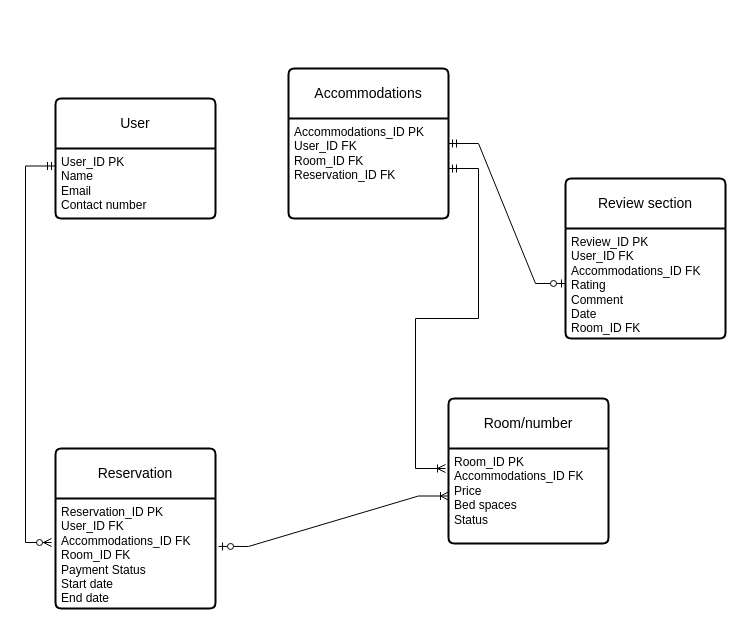
The draw.io diagram Crow`sFoot.drawio in M1RVKL/MavpoLabs, before the edit. Source tidied: cells renumbered, new cells numbered last; positions are measured from the earlier drawing's top-left corner, leaving out a move shared by most shapes. Both pictures are drawn from the tidied source at 100%, with x=0, y=0 at pixel (25, 68).
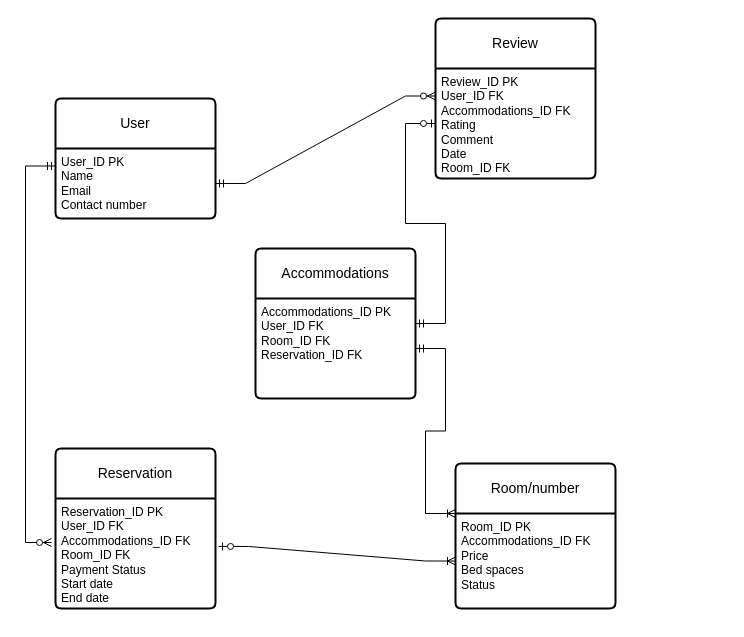
The same diagram, later.

What changed in the source:
```diff
@@
 <mxGraphModel>
   <root>
     <mxCell id="0" />
     <mxCell id="1" parent="0" />
     <mxCell id="2" value="Room/number" style="swimlane;horizontal=1;startSize=50;rounded=1;fontSize=14;fontStyle=0;strokeWidth=2;shadow=0;dashed=0;align=center;arcSize=4;whiteSpace=wrap;html=1;" parent="1" vertex="1">
-      <mxGeometry x="423" y="330" width="160" height="145" as="geometry" />
+      <mxGeometry x="430" y="395" width="160" height="145" as="geometry" />
     </mxCell>
     <mxCell id="3" value="Room_ID PK&lt;br&gt;Accommodations_ID FK&lt;br&gt;&lt;div&gt;Price&lt;/div&gt;&lt;div&gt;Bed spaces&lt;br&gt;Status&lt;/div&gt;" style="align=left;strokeColor=none;fillColor=none;spacingLeft=4;spacingRight=4;fontSize=12;verticalAlign=top;html=1;whiteSpace=wrap;" parent="2" vertex="1">
       <mxGeometry y="50" width="160" height="95" as="geometry" />
     </mxCell>
     <mxCell id="4" value="Accommodations" style="swimlane;horizontal=1;startSize=50;rounded=1;fontSize=14;fontStyle=0;strokeWidth=2;shadow=0;dashed=0;align=center;arcSize=4;whiteSpace=wrap;html=1;" parent="1" vertex="1">
-      <mxGeometry x="263" width="160" height="150" as="geometry" />
+      <mxGeometry x="230" y="180" width="160" height="150" as="geometry" />
     </mxCell>
     <mxCell id="5" value="Accommodations_ID PK&lt;br&gt;User_ID FK&lt;br&gt;Room_ID FK&lt;div&gt;Reservation_ID FK&lt;/div&gt;" style="align=left;strokeColor=none;fillColor=none;spacingLeft=4;spacingRight=4;fontSize=12;verticalAlign=top;html=1;whiteSpace=wrap;" parent="4" vertex="1">
       <mxGeometry y="50" width="160" height="100" as="geometry" />
     </mxCell>
     <mxCell id="6" value="User" style="swimlane;horizontal=1;startSize=50;rounded=1;fontSize=14;fontStyle=0;strokeWidth=2;shadow=0;dashed=0;align=center;arcSize=4;whiteSpace=wrap;html=1;" parent="1" vertex="1">
       <mxGeometry x="30" y="30" width="160" height="120" as="geometry" />
     </mxCell>
     <mxCell id="7" value="User_ID PK&lt;div&gt;Name&lt;br&gt;Email&lt;/div&gt;&lt;div&gt;Contact number&lt;/div&gt;" style="align=left;strokeColor=none;fillColor=none;spacingLeft=4;spacingRight=4;fontSize=12;verticalAlign=top;html=1;whiteSpace=wrap;" parent="6" vertex="1">
       <mxGeometry y="50" width="160" height="70" as="geometry" />
     </mxCell>
-    <mxCell id="8" value="Review section" style="swimlane;horizontal=1;startSize=50;rounded=1;fontSize=14;fontStyle=0;strokeWidth=2;shadow=0;dashed=0;align=center;arcSize=4;whiteSpace=wrap;html=1;" parent="1" vertex="1">
-      <mxGeometry x="540" y="110" width="160" height="160" as="geometry" />
+    <mxCell id="8" value="Review" style="swimlane;horizontal=1;startSize=50;rounded=1;fontSize=14;fontStyle=0;strokeWidth=2;shadow=0;dashed=0;align=center;arcSize=4;whiteSpace=wrap;html=1;" parent="1" vertex="1">
+      <mxGeometry x="410" y="-50" width="160" height="160" as="geometry" />
     </mxCell>
     <mxCell id="9" value="Review_ID PK&lt;br&gt;User_ID FK&lt;div&gt;Accommodations_ID FK&lt;br&gt;Rating&amp;nbsp;&lt;br&gt;Comment&lt;br&gt;Date&lt;/div&gt;&lt;div&gt;Room_ID FK&lt;/div&gt;" style="align=left;strokeColor=none;fillColor=none;spacingLeft=4;spacingRight=4;fontSize=12;verticalAlign=top;html=1;whiteSpace=wrap;" parent="8" vertex="1">
       <mxGeometry y="50" width="160" height="110" as="geometry" />
     </mxCell>
     <mxCell id="10" value="Reservation" style="swimlane;horizontal=1;startSize=50;rounded=1;fontSize=14;fontStyle=0;strokeWidth=2;shadow=0;dashed=0;align=center;arcSize=4;whiteSpace=wrap;html=1;" parent="1" vertex="1">
       <mxGeometry x="30" y="380" width="160" height="160" as="geometry" />
     </mxCell>
     <mxCell id="11" value="Reservation_ID PK&lt;div&gt;User_ID FK&lt;div&gt;Accommodations_ID FK&lt;/div&gt;&lt;div&gt;Room_ID FK&lt;br&gt;Payment Status&lt;/div&gt;&lt;div&gt;Start date&lt;br&gt;End date&lt;/div&gt;&lt;div&gt;&lt;br&gt;&lt;/div&gt;&lt;/div&gt;" style="align=left;strokeColor=none;fillColor=none;spacingLeft=4;spacingRight=4;fontSize=12;verticalAlign=top;html=1;whiteSpace=wrap;" parent="10" vertex="1">
       <mxGeometry y="50" width="160" height="110" as="geometry" />
     </mxCell>
-    <mxCell id="12" style="edgeStyle=entityRelationEdgeStyle;fontSize=12;html=1;endArrow=ERoneToMany;startArrow=ERmandOne;rounded=0;exitX=1;exitY=0.5;exitDx=0;exitDy=0;" parent="1" edge="1" source="5">
-      <mxGeometry relative="1" as="geometry">
-        <mxPoint x="420" y="400" as="targetPoint" />
-      </mxGeometry>
+    <mxCell id="12" style="edgeStyle=entityRelationEdgeStyle;fontSize=12;html=1;endArrow=ERoneToMany;startArrow=ERmandOne;rounded=0;exitX=1;exitY=0.5;exitDx=0;exitDy=0;entryX=0;entryY=0;entryDx=0;entryDy=0;" parent="1" edge="1" source="5" target="3">
+      <mxGeometry relative="1" as="geometry" />
     </mxCell>
     <mxCell id="13" style="edgeStyle=entityRelationEdgeStyle;fontSize=12;html=1;endArrow=ERoneToMany;startArrow=ERzeroToOne;rounded=0;exitX=1.019;exitY=0.436;exitDx=0;exitDy=0;exitPerimeter=0;" parent="1" edge="1" source="11" target="3">
       <mxGeometry relative="1" as="geometry" />
     </mxCell>
     <mxCell id="14" style="edgeStyle=orthogonalEdgeStyle;fontSize=12;html=1;endArrow=ERzeroToMany;startArrow=ERmandOne;rounded=0;entryX=-0.025;entryY=0.4;entryDx=0;entryDy=0;exitX=0;exitY=0.25;exitDx=0;exitDy=0;entryPerimeter=0;" parent="1" edge="1" source="7" target="11">
       <mxGeometry relative="1" as="geometry">
         <Array as="points">
           <mxPoint y="98" />
           <mxPoint y="474" />
         </Array>
       </mxGeometry>
     </mxCell>
     <mxCell id="15" style="edgeStyle=entityRelationEdgeStyle;fontSize=12;html=1;endArrow=ERzeroToOne;startArrow=ERmandOne;rounded=0;exitX=1;exitY=0.25;exitDx=0;exitDy=0;entryX=0;entryY=0.5;entryDx=0;entryDy=0;" parent="1" edge="1" source="5" target="9">
       <mxGeometry relative="1" as="geometry" />
     </mxCell>
+    <mxCell id="16" style="edgeStyle=entityRelationEdgeStyle;fontSize=12;html=1;endArrow=ERzeroToMany;startArrow=ERmandOne;rounded=0;exitX=1;exitY=0.5;exitDx=0;exitDy=0;entryX=0;entryY=0.25;entryDx=0;entryDy=0;" parent="1" edge="1" source="7" target="9">
+      <mxGeometry relative="1" as="geometry" />
+    </mxCell>
   </root>
 </mxGraphModel>
```
